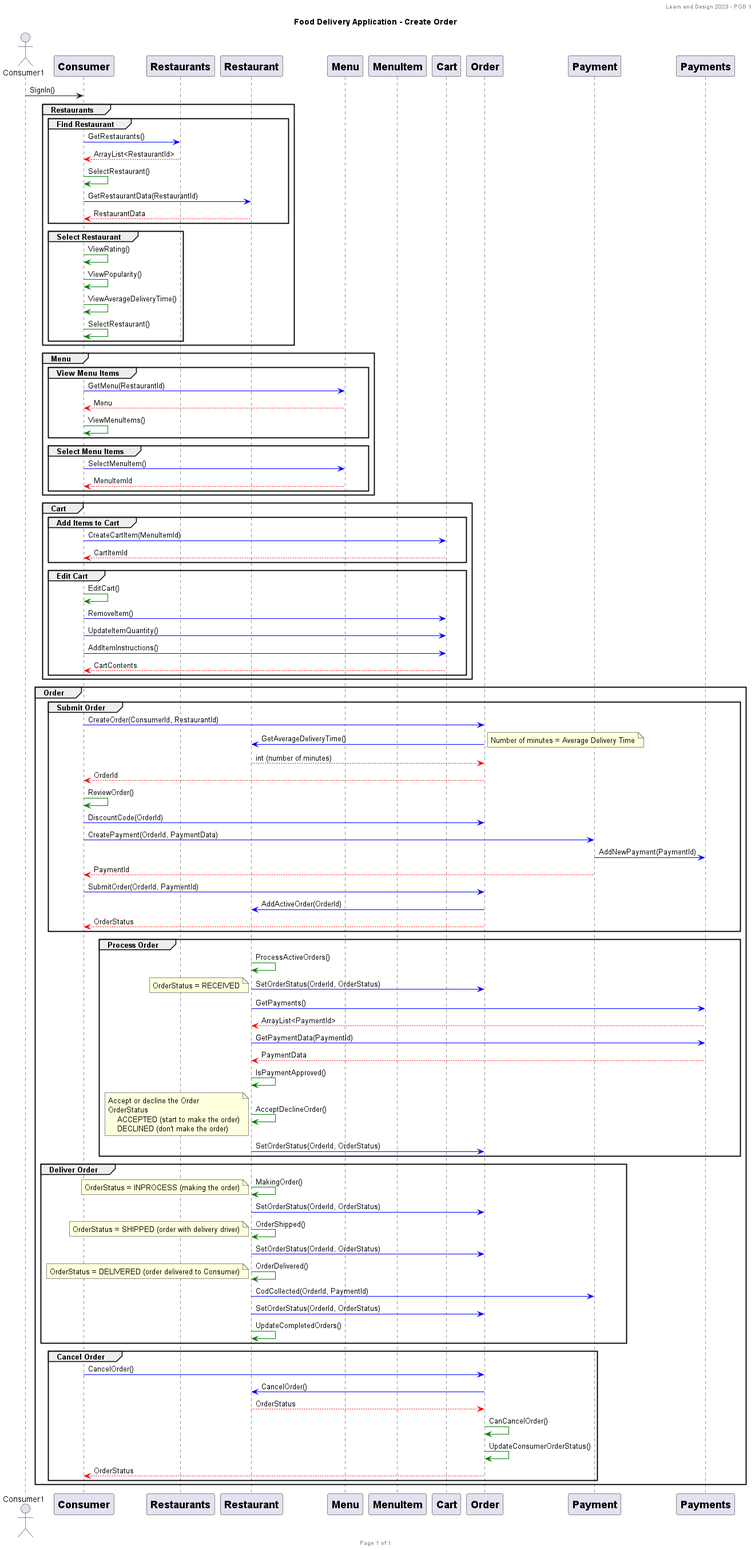
WestonDockstader/FoodDeliveryApp keeps this PlantUML diagram as SequenceDiagram/Consumer-sequence.png. Above is the earlier version.
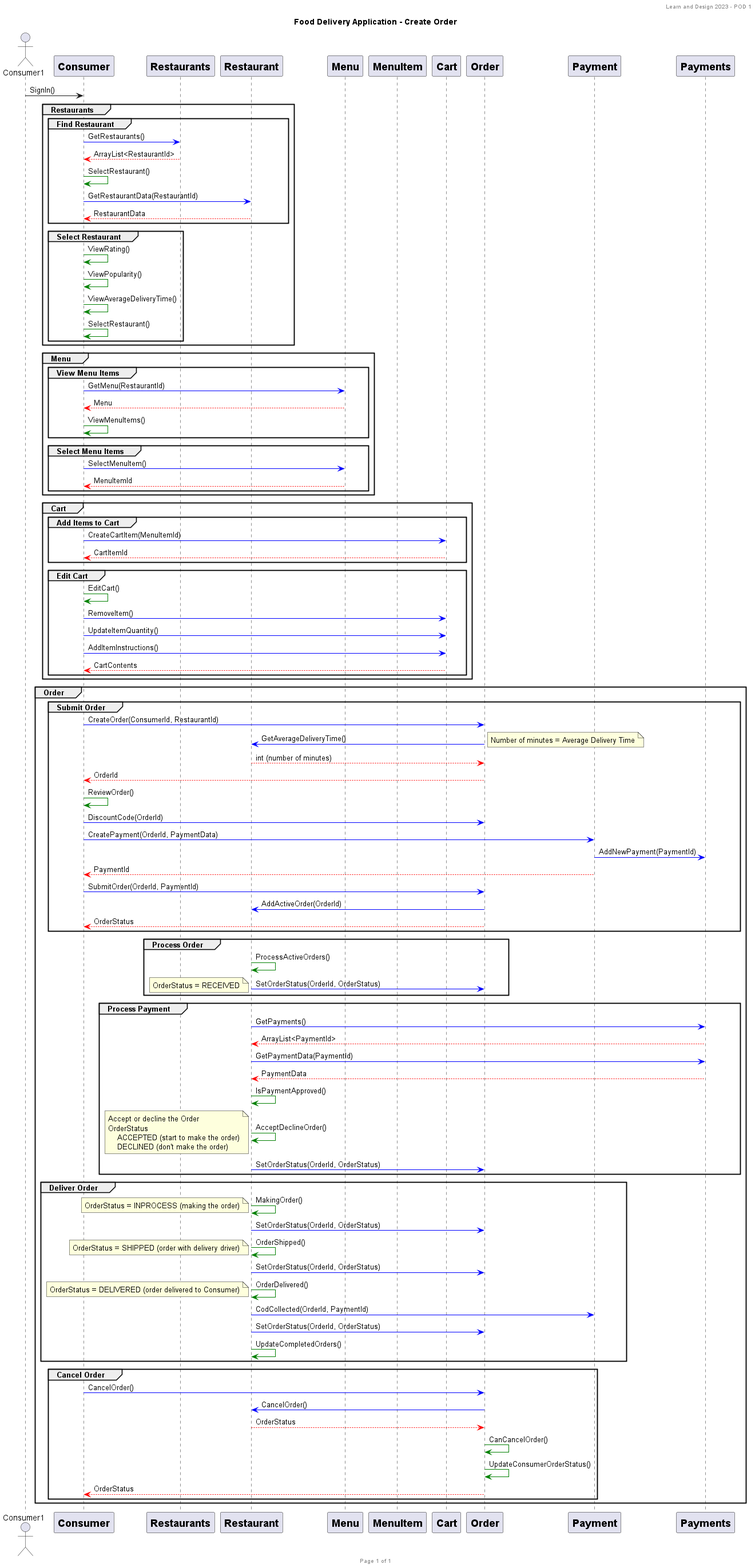
The same diagram one commit later.

Change to the diagram source:
```diff
@@ -106,6 +106,8 @@
             note left
                 OrderStatus = RECEIVED
             end note
+        end
+        group Process Payment
 Restaurant -[#blue]> Payments : GetPayments()
 Restaurant <[#red]-- Payments : ArrayList<PaymentId>
 Restaurant -[#blue]> Payments : GetPaymentData(PaymentId)
@@ -113,10 +115,10 @@
 Restaurant -[#green]> Restaurant : IsPaymentApproved()
 Restaurant -[#green]> Restaurant : AcceptDeclineOrder()
             note left
-            Accept or decline the Order
-            OrderStatus
-                ACCEPTED (start to make the order)
-                DECLINED (don't make the order)
+                Accept or decline the Order
+                OrderStatus
+                    ACCEPTED (start to make the order)
+                    DECLINED (don't make the order)
             end note
 Restaurant -[#blue]> Order : SetOrderStatus(OrderId, OrderStatus)
         end
@@ -149,5 +151,4 @@
         end
     end
 
-
 @enduml
```
